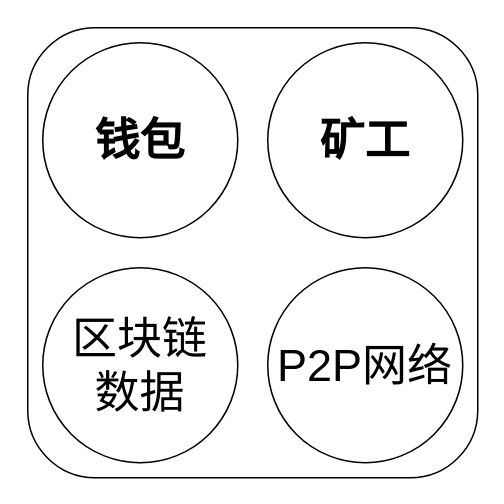
Above: node.drawio in liugangjian/BTCWallet (draw.io), before the change. Source tidied: cells renumbered, new cells numbered last; positions are measured from the earlier drawing's top-left corner, leaving out a move shared by most shapes. Both pictures are drawn from the tidied source at 150%, with x=0, y=0 at pixel (27, 27).
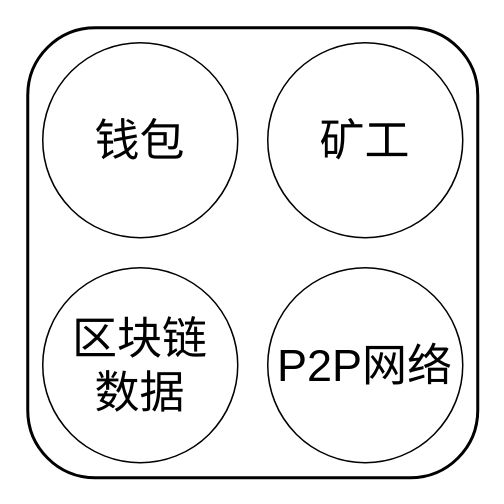
The same diagram, later.

What changed in the source:
```diff
@@
 <mxGraphModel>
   <root>
     <mxCell id="0" />
     <mxCell id="1" parent="0" />
-    <mxCell id="2" style="rounded=1;whiteSpace=wrap;html=1;" parent="1" vertex="1">
+    <mxCell id="2" style="rounded=1;whiteSpace=wrap;html=1;strokeWidth=2;" parent="1" vertex="1">
       <mxGeometry width="300" height="300" as="geometry" />
     </mxCell>
-    <mxCell id="3" value="&lt;font style=&quot;font-size: 30px&quot;&gt;&lt;b&gt;钱包&lt;/b&gt;&lt;/font&gt;" style="ellipse;whiteSpace=wrap;html=1;" parent="1" vertex="1">
+    <mxCell id="3" value="&lt;font style=&quot;font-size: 30px&quot;&gt;钱包&lt;/font&gt;" style="ellipse;whiteSpace=wrap;html=1;" parent="1" vertex="1">
       <mxGeometry x="10" y="10" width="130" height="130" as="geometry" />
     </mxCell>
     <mxCell id="4" value="&lt;font style=&quot;font-size: 30px&quot;&gt;区块链&lt;br&gt;数据&lt;/font&gt;" style="ellipse;whiteSpace=wrap;html=1;" parent="1" vertex="1">
       <mxGeometry x="10" y="160" width="130" height="130" as="geometry" />
     </mxCell>
-    <mxCell id="5" value="&lt;font style=&quot;font-size: 30px&quot;&gt;&lt;b&gt;矿工&lt;/b&gt;&lt;/font&gt;" style="ellipse;whiteSpace=wrap;html=1;" parent="1" vertex="1">
+    <mxCell id="5" value="&lt;font style=&quot;font-size: 30px&quot;&gt;矿工&lt;/font&gt;" style="ellipse;whiteSpace=wrap;html=1;" parent="1" vertex="1">
       <mxGeometry x="160" y="10" width="130" height="130" as="geometry" />
     </mxCell>
     <mxCell id="6" value="&lt;font style=&quot;font-size: 30px&quot;&gt;P2P网络&lt;/font&gt;" style="ellipse;whiteSpace=wrap;html=1;" parent="1" vertex="1">
       <mxGeometry x="160" y="160" width="130" height="130" as="geometry" />
     </mxCell>
   </root>
 </mxGraphModel>
```
